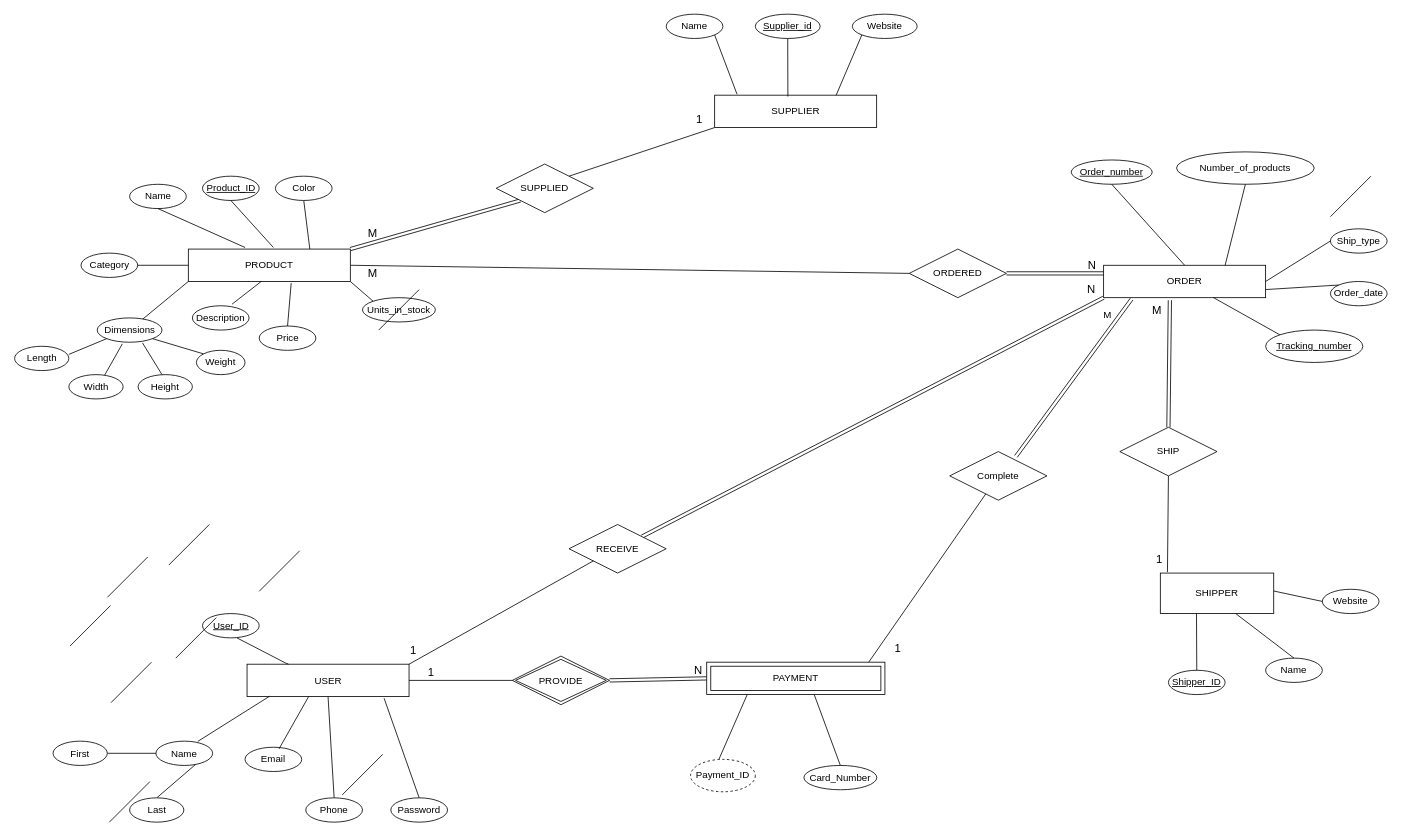
Before: Untitled Diagram.drawio in adammenker/CS3380_AAK, a draw.io diagram. Source tidied: cells renumbered, new cells numbered last; positions are measured from the earlier drawing's top-left corner, leaving out a move shared by most shapes. Both pictures are drawn from the tidied source at 81%, with x=0, y=0 at pixel (15, 14).
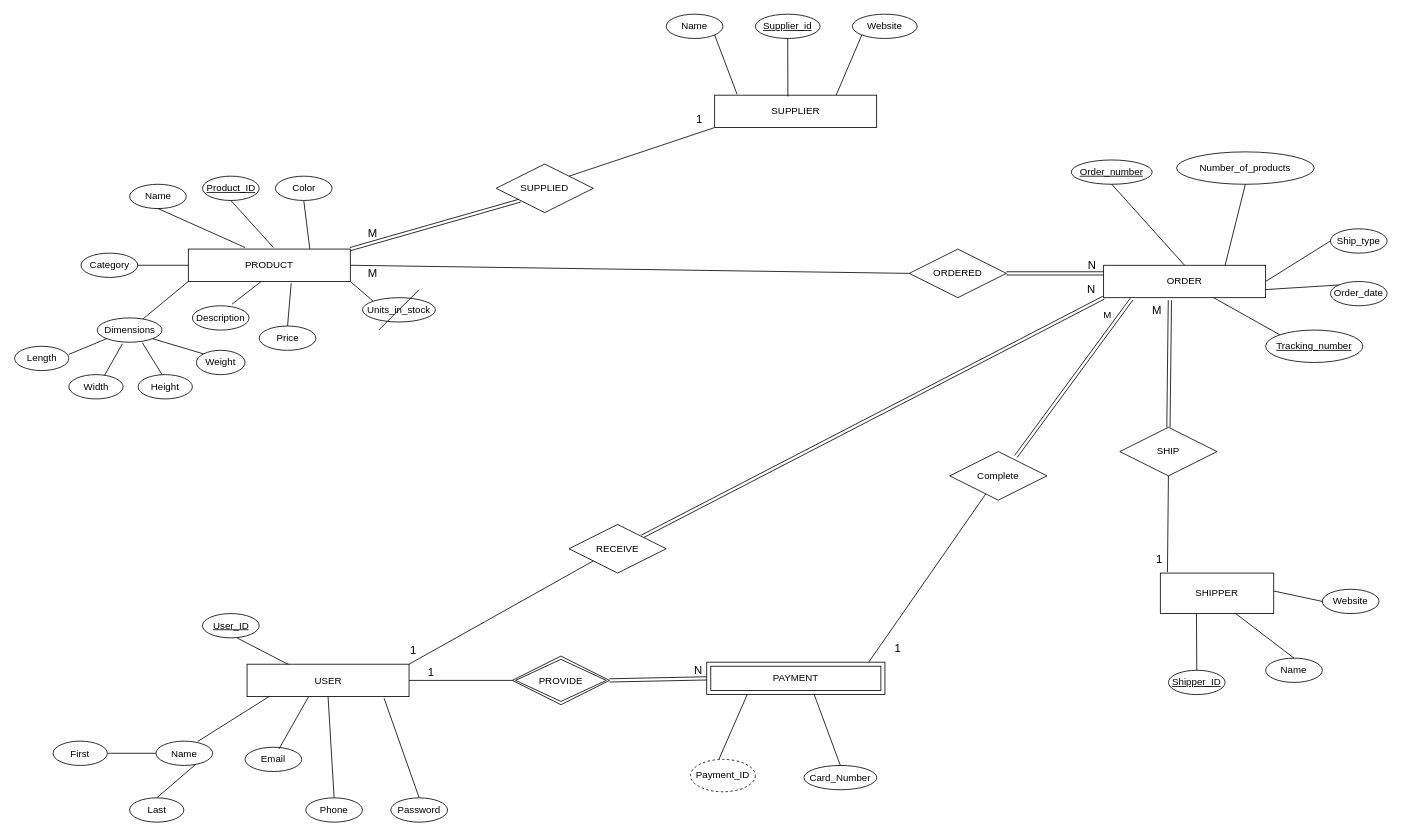
The same diagram, later.

The edit, as a diff of the source:
```diff
@@
-    <mxCell id="104" style="endArrow=none;html=1;" parent="1" edge="1">
-      <mxGeometry relative="1" as="geometry">
-        <mxPoint x="404" y="963.8" as="sourcePoint" />
-        <mxPoint x="454" y="913.8" as="targetPoint" />
-      </mxGeometry>
-    </mxCell>
-    <mxCell id="105" style="endArrow=none;html=1;" parent="1" edge="1">
-      <mxGeometry relative="1" as="geometry">
-        <mxPoint x="116.5" y="997.5" as="sourcePoint" />
-        <mxPoint x="166.5" y="947.5" as="targetPoint" />
-      </mxGeometry>
-    </mxCell>
-    <mxCell id="106" style="endArrow=none;html=1;" parent="1" edge="1">
-      <mxGeometry relative="1" as="geometry">
-        <mxPoint x="198.5" y="795" as="sourcePoint" />
-        <mxPoint x="248.5" y="745" as="targetPoint" />
-      </mxGeometry>
-    </mxCell>
-    <mxCell id="107" style="endArrow=none;html=1;" parent="1" edge="1">
-      <mxGeometry relative="1" as="geometry">
-        <mxPoint x="301.5" y="712.5" as="sourcePoint" />
-        <mxPoint x="351.5" y="662.5" as="targetPoint" />
-      </mxGeometry>
-    </mxCell>
-    <mxCell id="108" style="endArrow=none;html=1;" parent="1" edge="1">
-      <mxGeometry relative="1" as="geometry">
-        <mxPoint x="190" y="680" as="sourcePoint" />
-        <mxPoint x="240" y="630" as="targetPoint" />
-      </mxGeometry>
-    </mxCell>
-    <mxCell id="109" style="endArrow=none;html=1;" parent="1" edge="1">
-      <mxGeometry relative="1" as="geometry">
-        <mxPoint x="114" y="720" as="sourcePoint" />
-        <mxPoint x="164" y="670" as="targetPoint" />
-      </mxGeometry>
-    </mxCell>
-    <mxCell id="110" style="endArrow=none;html=1;" parent="1" edge="1">
-      <mxGeometry relative="1" as="geometry">
-        <mxPoint x="118.5" y="850" as="sourcePoint" />
-        <mxPoint x="168.5" y="800" as="targetPoint" />
-      </mxGeometry>
-    </mxCell>
-    <mxCell id="111" style="endArrow=none;html=1;" parent="1" edge="1">
-      <mxGeometry relative="1" as="geometry">
-        <mxPoint x="68" y="780" as="sourcePoint" />
-        <mxPoint x="118" y="730" as="targetPoint" />
-      </mxGeometry>
-    </mxCell>
-    <mxCell id="112" style="endArrow=none;html=1;" parent="1" edge="1">
-      <mxGeometry relative="1" as="geometry">
-        <mxPoint x="1624" y="250" as="sourcePoint" />
-        <mxPoint x="1674" y="200" as="targetPoint" />
-      </mxGeometry>
-    </mxCell>
```
